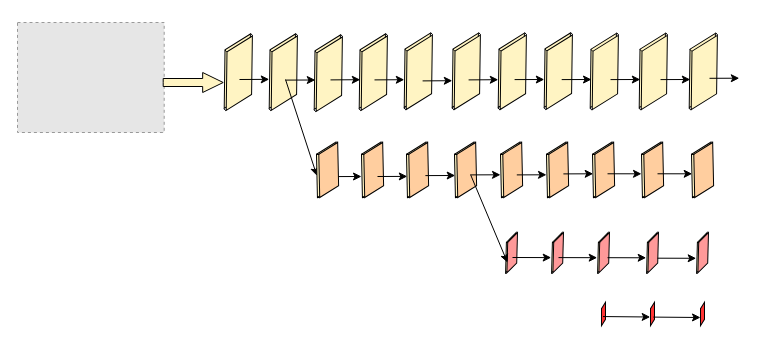
GloveD/deep-high-resolution-net.pytorch keeps this draw.io diagram as demo/Untitled Diagram.drawio. Above is the earlier version. Source tidied: cells renumbered, new cells numbered last; positions are measured from the earlier drawing's top-left corner, leaving out a move shared by most shapes. Both pictures are drawn from the tidied source at 100%, with x=0, y=0 at pixel (17, 22). Pictures stored in the file or linked from it are replaced by grey dashed boxes.
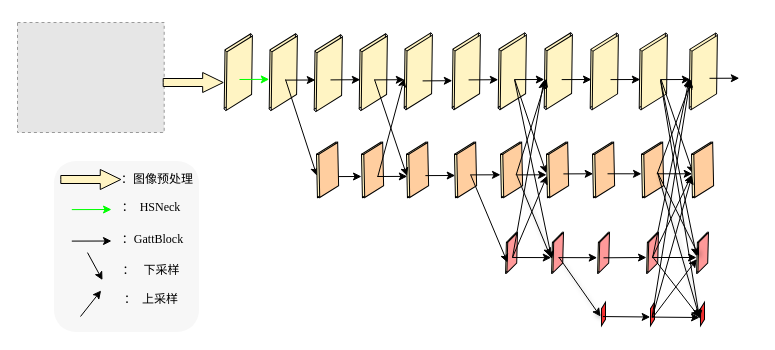
Above is the later version.

The change refers to these unchanged cells:
```xml
<mxCell id="11" style="shape=parallelogram;perimeter=parallelogramPerimeter;whiteSpace=wrap;html=1;fixedSize=1;fillColor=#FFF4C3;rotation=328;size=31.670000000000073;" parent="10" vertex="1">
  <mxGeometry x="9" y="13" width="61.6" height="49.2" as="geometry" />
</mxCell>
<mxCell id="35" style="shape=parallelogram;perimeter=parallelogramPerimeter;whiteSpace=wrap;html=1;fixedSize=1;fillColor=#FFF4C3;rotation=328;size=31.670000000000073;" parent="34" vertex="1">
  <mxGeometry x="9" y="13" width="61.6" height="49.2" as="geometry" />
</mxCell>
<mxCell id="40" style="group;rotation=328;" parent="1" vertex="1">
  <mxGeometry x="454" y="10.2" width="80" height="79.1" as="geometry" />
</mxCell>
<mxCell id="47" style="shape=parallelogram;perimeter=parallelogramPerimeter;whiteSpace=wrap;html=1;fixedSize=1;fillColor=#FFF4C3;rotation=328;size=31.670000000000073;" parent="46" vertex="1">
  <mxGeometry x="9" y="13" width="61.6" height="49.2" as="geometry" />
</mxCell>
<mxCell id="58" style="group;rotation=328;" parent="1" vertex="1">
  <mxGeometry x="595" y="10.4" width="80" height="79.1" as="geometry" />
</mxCell>
<mxCell id="66" style="shape=parallelogram;perimeter=parallelogramPerimeter;whiteSpace=wrap;html=1;fixedSize=1;fillColor=#FFF4C3;rotation=328;size=31.670000000000073;" parent="65" vertex="1">
  <mxGeometry x="9" y="13" width="61.6" height="49.2" as="geometry" />
</mxCell>
<mxCell id="67" style="shape=parallelogram;perimeter=parallelogramPerimeter;whiteSpace=wrap;html=1;fixedSize=1;fillColor=#FFF4C3;rotation=328;size=31.670000000000073;" parent="65" vertex="1">
  <mxGeometry x="11" y="15" width="61.6" height="49.2" as="geometry" />
</mxCell>
<mxCell id="90" style="shape=parallelogram;perimeter=parallelogramPerimeter;whiteSpace=wrap;html=1;fixedSize=1;rotation=328;size=22.129999999999995;fillColor=#FFF4C3;" parent="89" vertex="1">
  <mxGeometry x="6.5" y="8.9" width="44.4" height="37.2" as="geometry" />
</mxCell>
<mxCell id="116" style="shape=parallelogram;perimeter=parallelogramPerimeter;whiteSpace=wrap;html=1;fixedSize=1;rotation=328;size=22.129999999999995;fillColor=#FFF4C3;" parent="115" vertex="1">
  <mxGeometry x="6.5" y="8.9" width="44.4" height="37.2" as="geometry" />
</mxCell>
<mxCell id="117" style="shape=parallelogram;perimeter=parallelogramPerimeter;whiteSpace=wrap;html=1;fixedSize=1;rotation=328;size=22.129999999999995;fillColor=#FFCE9F;" parent="115" vertex="1">
  <mxGeometry x="8.8" y="8.9" width="44.4" height="37.2" as="geometry" />
</mxCell>
<mxCell id="143" style="shape=parallelogram;perimeter=parallelogramPerimeter;whiteSpace=wrap;html=1;fixedSize=1;rotation=328;size=22.129999999999995;fillColor=#FFF4C3;" parent="142" vertex="1">
  <mxGeometry x="6.5" y="8.9" width="44.4" height="37.2" as="geometry" />
</mxCell>
<mxCell id="144" style="shape=parallelogram;perimeter=parallelogramPerimeter;whiteSpace=wrap;html=1;fixedSize=1;rotation=328;size=22.129999999999995;fillColor=#FFCE9F;" parent="142" vertex="1">
  <mxGeometry x="8.8" y="8.9" width="44.4" height="37.2" as="geometry" />
</mxCell>
<mxCell id="152" style="shape=parallelogram;perimeter=parallelogramPerimeter;whiteSpace=wrap;html=1;fixedSize=1;rotation=-45;size=22.129999999999995;fillColor=#FFF4C3;" parent="151" vertex="1">
  <mxGeometry x="2.2" y="9.7" width="36" height="21" as="geometry" />
</mxCell>
<mxCell id="154" style="shape=parallelogram;perimeter=parallelogramPerimeter;whiteSpace=wrap;html=1;fixedSize=1;rotation=-45;size=22.129999999999995;fillColor=#FF9999;" parent="153" vertex="1">
  <mxGeometry x="2.2" y="9.7" width="36" height="21" as="geometry" />
</mxCell>
<mxCell id="169" style="group;" parent="167" vertex="1">
  <mxGeometry x="1.3" width="40.3" height="40.7" as="geometry" />
</mxCell>
<mxCell id="177" style="group;" parent="175" vertex="1">
  <mxGeometry x="1.3" width="40.3" height="40.7" as="geometry" />
</mxCell>
<mxCell id="178" style="shape=parallelogram;perimeter=parallelogramPerimeter;whiteSpace=wrap;html=1;fixedSize=1;rotation=-45;size=22.129999999999995;fillColor=#FF9999;" parent="177" vertex="1">
  <mxGeometry x="2.2" y="9.7" width="36" height="21" as="geometry" />
</mxCell>
<mxCell id="184" style="shape=parallelogram;perimeter=parallelogramPerimeter;whiteSpace=wrap;html=1;fixedSize=1;rotation=302;size=14.420000000000073;fillColor=#FF3333;" parent="1" vertex="1">
  <mxGeometry x="674" y="287" width="22" height="9" as="geometry" />
</mxCell>
```

Change to the diagram source:
```diff
@@
+    <mxCell id="207" style="endArrow=classic;html=1;shadow=0;strokeColor=#000000;fillColor=#FFF4C3;entryX=0.225;entryY=0.396;entryDx=0;entryDy=0;exitX=0.464;exitY=0.694;exitDx=0;exitDy=0;exitPerimeter=0;entryPerimeter=0;" parent="40" edge="1" target="117">
+      <mxGeometry relative="1" as="geometry">
+        <mxPoint x="43.2" y="46.8" as="sourcePoint" />
+      </mxGeometry>
+    </mxCell>
@@
+    <mxCell id="208" style="endArrow=classic;html=1;shadow=0;strokeColor=#000000;fillColor=#FFF4C3;exitX=0.464;exitY=0.694;exitDx=0;exitDy=0;exitPerimeter=0;entryX=0.257;entryY=0.432;entryDx=0;entryDy=0;entryPerimeter=0;" parent="58" edge="1" target="144">
+      <mxGeometry relative="1" as="geometry">
+        <mxPoint x="48.6" y="46.6" as="sourcePoint" />
+      </mxGeometry>
+    </mxCell>
@@
-    <mxCell id="173" style="endArrow=classic;html=1;strokeColor=#000000;fillColor=#FFF4C3;entryX=0;entryY=0.5;entryDx=0;entryDy=0;" parent="169" edge="1">
+    <mxCell id="173" style="endArrow=classic;html=1;strokeColor=#000000;fillColor=#FFF4C3;exitX=0.268;exitY=0.449;exitDx=0;exitDy=0;exitPerimeter=0;" parent="169" edge="1">
       <mxGeometry relative="1" as="geometry">
-        <mxPoint x="-25.5" y="25.2" as="sourcePoint" />
-        <mxPoint x="13.2" y="25.3" as="targetPoint" />
+        <mxPoint x="-29.5" y="25.3" as="sourcePoint" />
+        <mxPoint x="13.5" y="25" as="targetPoint" />
       </mxGeometry>
     </mxCell>
@@
-    <mxCell id="181" style="endArrow=classic;html=1;strokeColor=#000000;fillColor=#FFF4C3;entryX=0;entryY=0.5;entryDx=0;entryDy=0;" parent="177" edge="1">
+    <mxCell id="181" style="endArrow=classic;html=1;strokeColor=#000000;fillColor=#FFF4C3;" parent="177" edge="1">
       <mxGeometry relative="1" as="geometry">
-        <mxPoint x="-25.5" y="25.7" as="sourcePoint" />
-        <mxPoint x="13.2" y="25.8" as="targetPoint" />
+        <mxPoint x="-30.5" y="25" as="sourcePoint" />
+        <mxPoint x="13.5" y="25" as="targetPoint" />
       </mxGeometry>
     </mxCell>
@@
-    <mxCell id="185" style="endArrow=classic;html=1;strokeColor=#000000;fillColor=#FFF4C3;entryX=0;entryY=0.5;entryDx=0;entryDy=0;" parent="1" edge="1" target="11">
+    <mxCell id="185" style="endArrow=classic;html=1;fillColor=#d5e8d4;entryX=0;entryY=0.5;entryDx=0;entryDy=0;gradientColor=#97d077;strokeColor=#00FF00;" parent="1" edge="1" target="11">
       <mxGeometry relative="1" as="geometry">
         <mxPoint x="222" y="57" as="sourcePoint" />
       </mxGeometry>
     </mxCell>
@@
     <mxCell id="206" style="endArrow=classic;html=1;strokeColor=#000000;fillColor=#FFF4C3;entryX=0;entryY=0.5;entryDx=0;entryDy=0;exitX=0.389;exitY=0.602;exitDx=0;exitDy=0;exitPerimeter=0;" parent="1" edge="1">
       <mxGeometry relative="1" as="geometry">
-        <mxPoint x="635.8" y="294.6" as="sourcePoint" />
-        <mxPoint x="683" y="295" as="targetPoint" />
+        <mxPoint x="634.8" y="294.6" as="sourcePoint" />
+        <mxPoint x="682" y="295" as="targetPoint" />
       </mxGeometry>
     </mxCell>
+    <mxCell id="209" style="endArrow=classic;html=1;shadow=0;strokeColor=#000000;fillColor=#FFF4C3;entryX=0;entryY=0.5;entryDx=0;entryDy=0;exitX=0.464;exitY=0.694;exitDx=0;exitDy=0;exitPerimeter=0;" parent="1" edge="1" target="90">
+      <mxGeometry relative="1" as="geometry">
+        <mxPoint x="357" y="57" as="sourcePoint" />
+      </mxGeometry>
+    </mxCell>
+    <mxCell id="210" style="endArrow=classic;html=1;shadow=0;strokeColor=#000000;fillColor=#FFF4C3;exitX=0.5;exitY=0.5;exitDx=0;exitDy=0;exitPerimeter=0;entryX=0;entryY=0.5;entryDx=0;entryDy=0;" parent="1" edge="1" target="47">
+      <mxGeometry relative="1" as="geometry">
+        <mxPoint x="360.2" y="154.5" as="sourcePoint" />
+      </mxGeometry>
+    </mxCell>
+    <mxCell id="211" style="endArrow=classic;html=1;shadow=0;strokeColor=#000000;fillColor=#FFF4C3;entryX=0;entryY=0.5;entryDx=0;entryDy=0;" parent="1" edge="1" target="154">
+      <mxGeometry relative="1" as="geometry">
+        <mxPoint x="497" y="57" as="sourcePoint" />
+      </mxGeometry>
+    </mxCell>
+    <mxCell id="212" style="endArrow=classic;html=1;shadow=0;strokeColor=#000000;fillColor=#FFF4C3;entryX=0;entryY=0.25;entryDx=0;entryDy=0;" parent="1" edge="1" target="178">
+      <mxGeometry relative="1" as="geometry">
+        <mxPoint x="643" y="57" as="sourcePoint" />
+      </mxGeometry>
+    </mxCell>
+    <mxCell id="213" style="endArrow=classic;html=1;shadow=0;strokeColor=#000000;fillColor=#FFF4C3;entryX=0;entryY=0.5;entryDx=0;entryDy=0;" parent="1" edge="1" target="184">
+      <mxGeometry relative="1" as="geometry">
+        <mxPoint x="643" y="58" as="sourcePoint" />
+      </mxGeometry>
+    </mxCell>
+    <mxCell id="214" style="endArrow=classic;html=1;shadow=1;strokeColor=#000000;fillColor=#FFF4C3;entryX=0;entryY=0.25;entryDx=0;entryDy=0;" parent="1" edge="1" target="152">
+      <mxGeometry relative="1" as="geometry">
+        <mxPoint x="499" y="152" as="sourcePoint" />
+      </mxGeometry>
+    </mxCell>
+    <mxCell id="215" style="endArrow=classic;html=1;shadow=1;strokeColor=#000000;fillColor=#FFF4C3;exitX=0.464;exitY=0.694;exitDx=0;exitDy=0;exitPerimeter=0;" parent="1" edge="1">
+      <mxGeometry relative="1" as="geometry">
+        <mxPoint x="541.6" y="235" as="sourcePoint" />
+        <mxPoint x="583" y="294" as="targetPoint" />
+      </mxGeometry>
+    </mxCell>
+    <mxCell id="216" style="endArrow=classic;html=1;shadow=0;strokeColor=#000000;fillColor=#FFF4C3;entryX=0;entryY=0.5;entryDx=0;entryDy=0;" parent="1" edge="1" target="116">
+      <mxGeometry relative="1" as="geometry">
+        <mxPoint x="495" y="235" as="sourcePoint" />
+      </mxGeometry>
+    </mxCell>
+    <mxCell id="217" style="endArrow=classic;html=1;shadow=0;strokeColor=#000000;fillColor=#FFF4C3;entryX=0.23;entryY=0.53;entryDx=0;entryDy=0;entryPerimeter=0;" parent="1" edge="1" target="35">
+      <mxGeometry relative="1" as="geometry">
+        <mxPoint x="495" y="235" as="sourcePoint" />
+      </mxGeometry>
+    </mxCell>
+    <mxCell id="218" style="endArrow=classic;html=1;shadow=0;strokeColor=#000000;fillColor=#FFF4C3;" parent="1" edge="1">
+      <mxGeometry relative="1" as="geometry">
+        <mxPoint x="498.6" y="152.6" as="sourcePoint" />
+        <mxPoint x="529" y="56" as="targetPoint" />
+      </mxGeometry>
+    </mxCell>
+    <mxCell id="219" style="endArrow=classic;html=1;shadow=0;strokeColor=#000000;fillColor=#FFF4C3;" parent="1" edge="1">
+      <mxGeometry relative="1" as="geometry">
+        <mxPoint x="639.6" y="151.6" as="sourcePoint" />
+        <mxPoint x="674" y="58" as="targetPoint" />
+      </mxGeometry>
+    </mxCell>
+    <mxCell id="220" style="endArrow=classic;html=1;shadow=0;strokeColor=#000000;fillColor=#FFF4C3;entryX=0;entryY=0.5;entryDx=0;entryDy=0;" parent="1" edge="1" target="66">
+      <mxGeometry relative="1" as="geometry">
+        <mxPoint x="635" y="235.6" as="sourcePoint" />
+      </mxGeometry>
+    </mxCell>
+    <mxCell id="221" style="endArrow=classic;html=1;shadow=0;strokeColor=#000000;fillColor=#FFF4C3;entryX=0.213;entryY=0.441;entryDx=0;entryDy=0;entryPerimeter=0;" parent="1" edge="1" target="144">
+      <mxGeometry relative="1" as="geometry">
+        <mxPoint x="635" y="234.7" as="sourcePoint" />
+      </mxGeometry>
+    </mxCell>
+    <mxCell id="222" style="endArrow=classic;html=1;shadow=0;strokeColor=#000000;fillColor=#FFF4C3;entryX=0;entryY=0.5;entryDx=0;entryDy=0;" parent="1" edge="1" target="178">
+      <mxGeometry relative="1" as="geometry">
+        <mxPoint x="635.6" y="294.6" as="sourcePoint" />
+      </mxGeometry>
+    </mxCell>
+    <mxCell id="223" style="endArrow=classic;html=1;shadow=0;strokeColor=#000000;fillColor=#FFF4C3;entryX=0;entryY=0.5;entryDx=0;entryDy=0;" parent="1" edge="1" target="143">
+      <mxGeometry relative="1" as="geometry">
+        <mxPoint x="634.7" y="295.2" as="sourcePoint" />
+      </mxGeometry>
+    </mxCell>
+    <mxCell id="224" style="endArrow=classic;html=1;shadow=0;strokeColor=#000000;fillColor=#FFF4C3;entryX=0.253;entryY=0.459;entryDx=0;entryDy=0;entryPerimeter=0;" parent="1" edge="1" target="67">
+      <mxGeometry relative="1" as="geometry">
+        <mxPoint x="634.6" y="294.6" as="sourcePoint" />
+      </mxGeometry>
+    </mxCell>
+    <mxCell id="225" style="endArrow=classic;html=1;shadow=0;strokeColor=#000000;fillColor=#FFF4C3;exitX=0.464;exitY=0.694;exitDx=0;exitDy=0;exitPerimeter=0;entryX=0;entryY=0.25;entryDx=0;entryDy=0;" parent="1" edge="1" target="184">
+      <mxGeometry relative="1" as="geometry">
+        <mxPoint x="635.6" y="235" as="sourcePoint" />
+      </mxGeometry>
+    </mxCell>
+    <mxCell id="226" style="endArrow=classic;html=1;shadow=1;strokeColor=#000000;fillColor=#FFF4C3;entryX=0.355;entryY=0.464;entryDx=0;entryDy=0;entryPerimeter=0;" parent="1" edge="1" target="178">
+      <mxGeometry relative="1" as="geometry">
+        <mxPoint x="640" y="150" as="sourcePoint" />
+      </mxGeometry>
+    </mxCell>
+    <mxCell id="227" style="endArrow=classic;html=1;shadow=1;strokeColor=#000000;fillColor=#FFF4C3;entryX=0;entryY=0.25;entryDx=0;entryDy=0;" parent="1" edge="1" target="184">
+      <mxGeometry relative="1" as="geometry">
+        <mxPoint x="640" y="150" as="sourcePoint" />
+      </mxGeometry>
+    </mxCell>
+    <mxCell id="228" style="group;" parent="1" vertex="1">
+      <mxGeometry x="36.5" y="138.5" width="145" height="171" as="geometry" />
+    </mxCell>
+    <mxCell id="229" style="rounded=1;whiteSpace=wrap;html=1;strokeWidth=1;rotation=-90;fillColor=#F7F7F7;strokeColor=none;" parent="228" vertex="1">
+      <mxGeometry x="-13" y="13" width="171" height="145" as="geometry" />
+    </mxCell>
+    <mxCell id="230" style="html=1;shadow=0;dashed=0;align=center;verticalAlign=middle;shape=mxgraph.arrows2.arrow;dy=0.6;dx=20.54;notch=0;fillColor=#FFF4C3;" parent="228" vertex="1">
+      <mxGeometry x="6.8" y="8.5" width="60" height="20" as="geometry" />
+    </mxCell>
+    <mxCell id="231" value="：图像预处理" style="text;html=1;strokeColor=none;fillColor=none;align=center;verticalAlign=middle;whiteSpace=wrap;rounded=0;fontFamily=Times New Roman;" parent="228" vertex="1">
+      <mxGeometry x="63.5" y="8.5" width="80" height="20" as="geometry" />
+    </mxCell>
+    <mxCell id="232" style="endArrow=classic;html=1;fillColor=#d5e8d4;entryX=0;entryY=0.5;entryDx=0;entryDy=0;gradientColor=#97d077;strokeColor=#00FF00;" parent="228" edge="1">
+      <mxGeometry relative="1" as="geometry">
+        <mxPoint x="17.8" y="48.6" as="sourcePoint" />
+        <mxPoint x="57.5" y="48.5" as="targetPoint" />
+      </mxGeometry>
+    </mxCell>
+    <mxCell id="233" value="：&amp;nbsp; HSNeck&amp;nbsp; &amp;nbsp;&amp;nbsp;" style="text;html=1;strokeColor=none;fillColor=none;align=center;verticalAlign=middle;whiteSpace=wrap;rounded=0;fontFamily=Times New Roman;" parent="228" vertex="1">
+      <mxGeometry x="63.5" y="36.5" width="80" height="20" as="geometry" />
+    </mxCell>
+    <mxCell id="234" style="endArrow=classic;html=1;fillColor=#d5e8d4;entryX=0;entryY=0.5;entryDx=0;entryDy=0;gradientColor=#97d077;" parent="228" edge="1">
+      <mxGeometry relative="1" as="geometry">
+        <mxPoint x="17.8" y="80.1" as="sourcePoint" />
+        <mxPoint x="57.5" y="80" as="targetPoint" />
+      </mxGeometry>
+    </mxCell>
+    <mxCell id="235" value="：GattBlock&amp;nbsp; &amp;nbsp;" style="text;html=1;strokeColor=none;fillColor=none;align=center;verticalAlign=middle;whiteSpace=wrap;rounded=0;fontFamily=Times New Roman;" parent="228" vertex="1">
+      <mxGeometry x="63.5" y="68" width="80" height="20" as="geometry" />
+    </mxCell>
+    <mxCell id="236" style="endArrow=classic;html=1;strokeColor=#000000;fillColor=#FFF4C3;" parent="228" edge="1">
+      <mxGeometry relative="1" as="geometry">
+        <mxPoint x="33.5" y="91.6" as="sourcePoint" />
+        <mxPoint x="48.5" y="119.1" as="targetPoint" />
+      </mxGeometry>
+    </mxCell>
+    <mxCell id="237" style="endArrow=classic;html=1;shadow=0;strokeColor=#000000;fillColor=#FFF4C3;entryX=0;entryY=0.5;entryDx=0;entryDy=0;" parent="228" edge="1">
+      <mxGeometry relative="1" as="geometry">
+        <mxPoint x="26.5" y="155.5" as="sourcePoint" />
+        <mxPoint x="47.1" y="129.5" as="targetPoint" />
+      </mxGeometry>
+    </mxCell>
+    <mxCell id="238" value="：&amp;nbsp; &amp;nbsp;下采样&amp;nbsp; &amp;nbsp;&amp;nbsp;" style="text;html=1;strokeColor=none;fillColor=none;align=center;verticalAlign=middle;whiteSpace=wrap;rounded=0;fontFamily=Times New Roman;" parent="228" vertex="1">
+      <mxGeometry x="63.5" y="99.1" width="80" height="20" as="geometry" />
+    </mxCell>
+    <mxCell id="239" value="：&amp;nbsp; 上采样&amp;nbsp; &amp;nbsp;&amp;nbsp;" style="text;html=1;strokeColor=none;fillColor=none;align=center;verticalAlign=middle;whiteSpace=wrap;rounded=0;fontFamily=Times New Roman;" parent="228" vertex="1">
+      <mxGeometry x="63.5" y="128.5" width="80" height="20" as="geometry" />
+    </mxCell>
```
